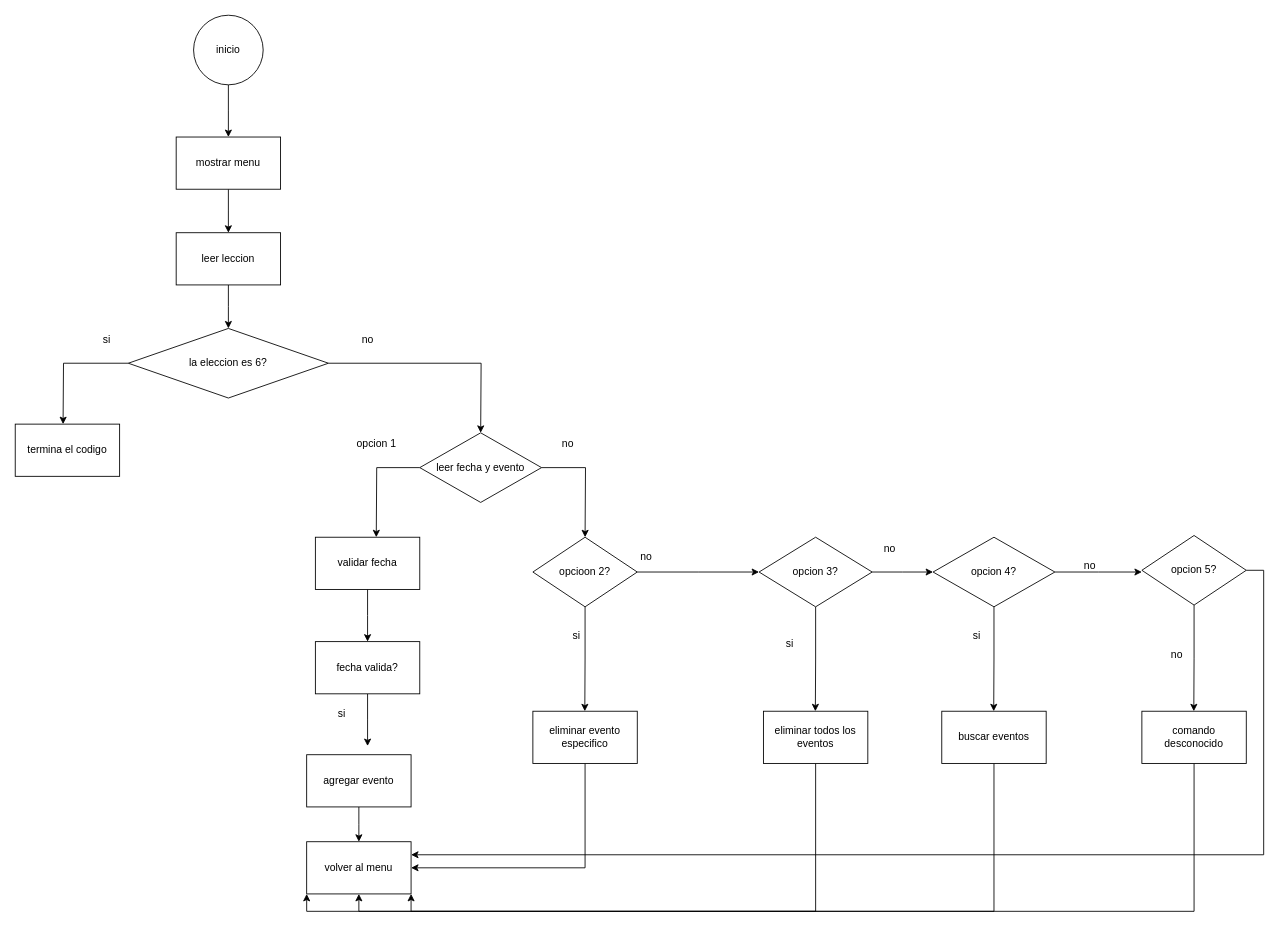
Earlier version of the draw.io diagram Diagrama Examen Final.drawio (Huaritex/examen_final.cpp). Source tidied: cells renumbered, new cells numbered last; positions are measured from the earlier drawing's top-left corner, leaving out a move shared by most shapes. Both pictures are drawn from the tidied source at 87%, with x=0, y=0 at pixel (15, 15).
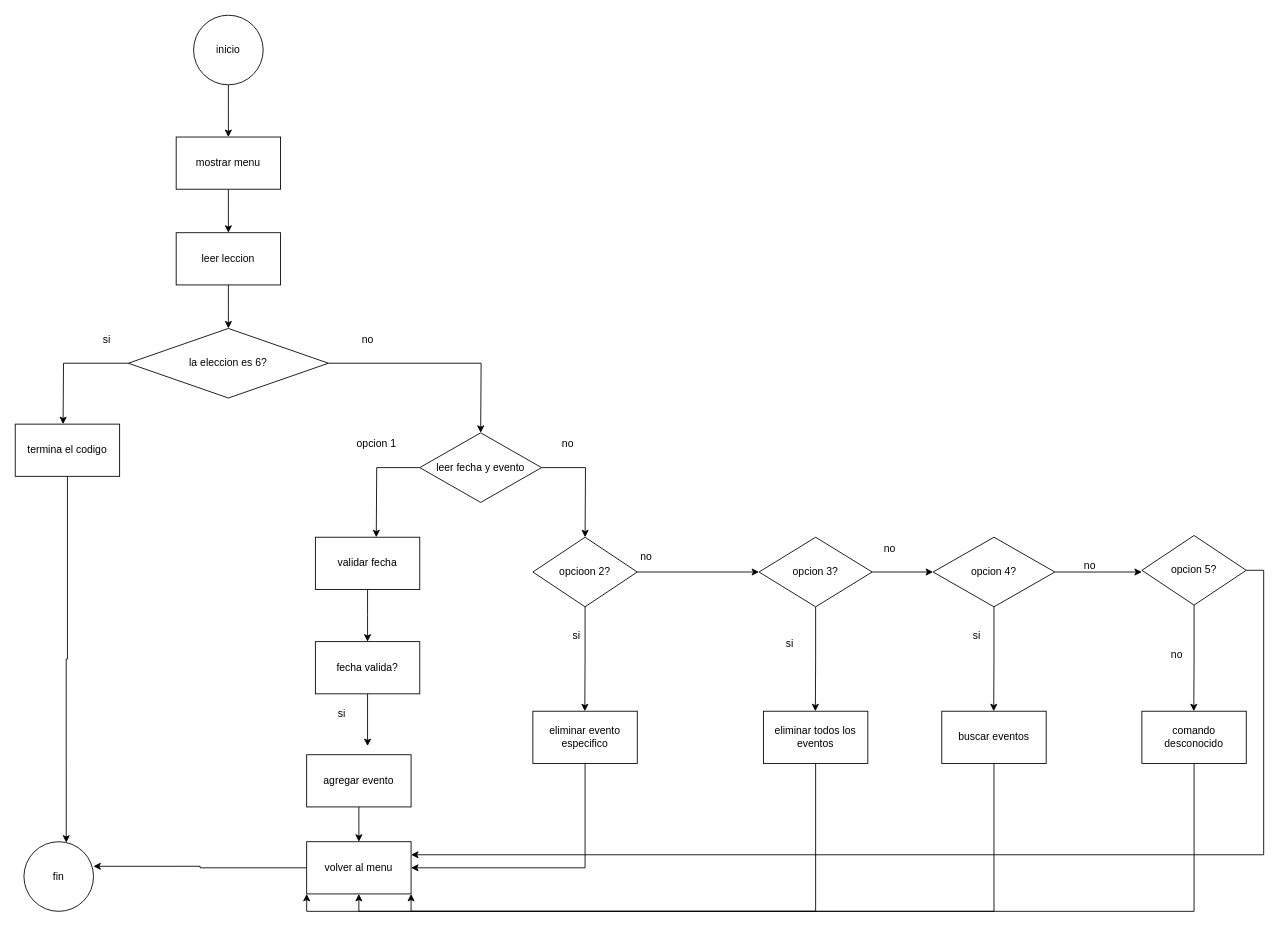
After the change.

Commit message:
Subiendo arreglo del fin en el diagrama de flujo.drawio

The change refers to these unchanged cells:
```xml
<mxCell id="25" value="volver al menu" style="whiteSpace=wrap;html=1;" parent="1" vertex="1">
  <mxGeometry x="335" y="950" width="120" height="60" as="geometry" />
</mxCell>
<mxCell id="53" value="termina el codigo" style="whiteSpace=wrap;html=1;" parent="1" vertex="1">
  <mxGeometry y="470" width="120" height="60" as="geometry" />
</mxCell>
```

Diff of the diagram source:
```diff
@@
+    <mxCell id="54" style="edgeStyle=orthogonalEdgeStyle;rounded=0;jettySize=auto;html=1;exitX=0;exitY=0.5;exitDx=0;exitDy=0;entryX=0.998;entryY=0.353;entryDx=0;entryDy=0;entryPerimeter=0;" parent="1" edge="1" source="25" target="56">
+      <mxGeometry relative="1" as="geometry" />
+    </mxCell>
@@
+    <mxCell id="55" style="edgeStyle=orthogonalEdgeStyle;rounded=0;jettySize=auto;html=1;exitX=0.5;exitY=1;exitDx=0;exitDy=0;entryX=0.608;entryY=0.013;entryDx=0;entryDy=0;entryPerimeter=0;" parent="1" edge="1" source="53" target="56">
+      <mxGeometry relative="1" as="geometry" />
+    </mxCell>
@@
+    <mxCell id="56" value="fin" style="ellipse;whiteSpace=wrap;html=1;" parent="1" vertex="1">
+      <mxGeometry x="10" y="950" width="80" height="80" as="geometry" />
+    </mxCell>
```
